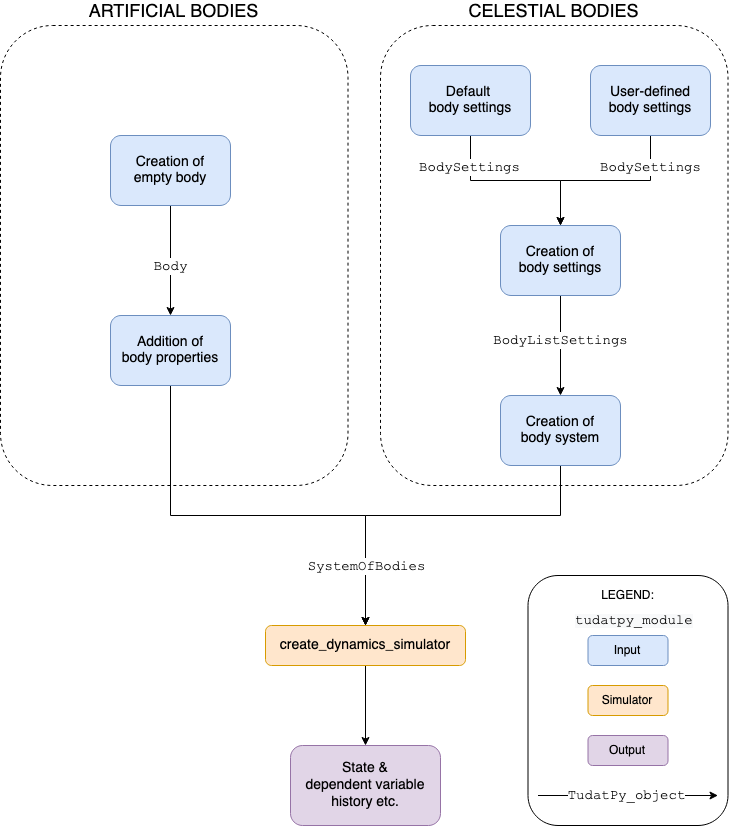
The draw.io diagram docs/source/_src_user_guide/state_propagation/_static/tudatpy_environment.png in tudat-team/tudat-space, before a commit. Source tidied: cells renumbered, new cells last; positions are measured from the earlier drawing's top-left corner, leaving out a move shared by most shapes.
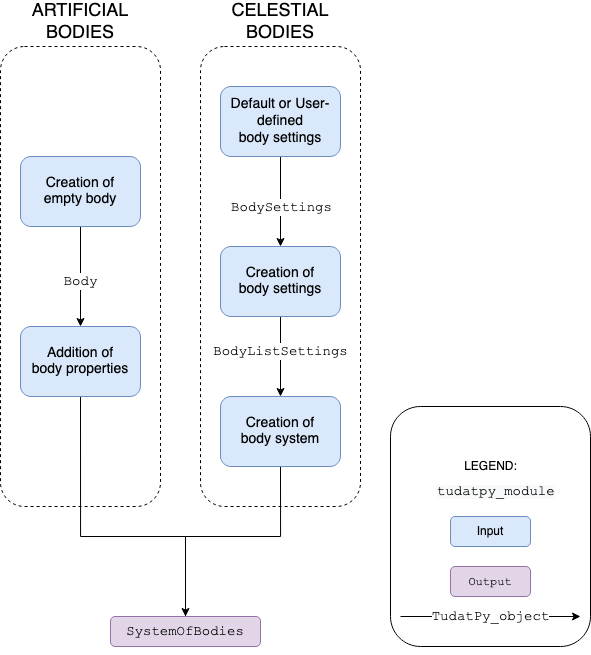
The same diagram one commit later.

Diff of the diagram source:
```diff
@@ -2,33 +2,29 @@
   <root>
     <mxCell id="0" />
     <mxCell id="1" parent="0" />
-    <mxCell id="2" style="edgeStyle=orthogonalEdgeStyle;rounded=0;jettySize=auto;html=1;fontSize=14;" parent="1" edge="1" target="7">
+    <mxCell id="2" style="edgeStyle=orthogonalEdgeStyle;rounded=0;orthogonalLoop=1;jettySize=auto;html=1;fontSize=14;" parent="1" edge="1">
       <mxGeometry relative="1" as="geometry">
         <mxPoint x="365" y="530" as="sourcePoint" />
+        <mxPoint x="365" y="600" as="targetPoint" />
       </mxGeometry>
     </mxCell>
     <mxCell id="3" value="&lt;font style=&quot;font-size: 18px;&quot;&gt;CELESTIAL BODIES&lt;/font&gt;" style="rounded=1;whiteSpace=wrap;html=1;dashed=1;labelPosition=center;verticalLabelPosition=top;align=center;verticalAlign=bottom;" parent="1" vertex="1">
-      <mxGeometry x="380" width="347.5" height="460" as="geometry" />
+      <mxGeometry x="380" width="160" height="460" as="geometry" />
     </mxCell>
-    <mxCell id="4" style="edgeStyle=orthogonalEdgeStyle;rounded=0;jettySize=auto;html=1;exitX=0.5;exitY=1;exitDx=0;exitDy=0;entryX=0.5;entryY=0;entryDx=0;entryDy=0;fontFamily=Courier New;fontSize=14;" parent="1" edge="1" source="5" target="7">
+    <mxCell id="4" style="edgeStyle=orthogonalEdgeStyle;rounded=0;jettySize=auto;html=1;exitX=0.5;exitY=1;exitDx=0;exitDy=0;entryX=0.5;entryY=0;entryDx=0;entryDy=0;fontFamily=Courier New;fontSize=14;" parent="1" edge="1" source="5">
       <mxGeometry relative="1" as="geometry">
+        <mxPoint x="365" y="600" as="targetPoint" />
         <Array as="points">
-          <mxPoint x="560" y="490" />
+          <mxPoint x="460" y="490" />
           <mxPoint x="365" y="490" />
         </Array>
       </mxGeometry>
     </mxCell>
     <mxCell id="5" value="Creation of &lt;br style=&quot;font-size: 14px;&quot;&gt;body system" style="rounded=1;whiteSpace=wrap;html=1;fillColor=#dae8fc;strokeColor=#6c8ebf;fontSize=14;" parent="1" vertex="1">
-      <mxGeometry x="500" y="370" width="120" height="70" as="geometry" />
+      <mxGeometry x="400" y="350" width="120" height="70" as="geometry" />
     </mxCell>
-    <mxCell id="6" style="edgeStyle=orthogonalEdgeStyle;rounded=0;jettySize=auto;html=1;entryX=0.5;entryY=0;entryDx=0;entryDy=0;fontSize=14;" parent="1" edge="1" source="7" target="8">
-      <mxGeometry relative="1" as="geometry" />
-    </mxCell>
-    <mxCell id="7" value="create_dynamics_simulator" style="rounded=1;whiteSpace=wrap;html=1;fillColor=#ffe6cc;strokeColor=#d79b00;fontSize=14;" parent="1" vertex="1">
-      <mxGeometry x="265" y="600" width="200" height="40" as="geometry" />
-    </mxCell>
-    <mxCell id="8" value="State &amp;amp;&lt;br style=&quot;font-size: 14px;&quot;&gt;dependent variable&lt;br style=&quot;font-size: 14px;&quot;&gt;history etc." style="rounded=1;whiteSpace=wrap;html=1;fillColor=#e1d5e7;strokeColor=#9673a6;fontSize=14;" parent="1" vertex="1">
-      <mxGeometry x="290" y="720" width="150" height="80" as="geometry" />
+    <mxCell id="8" value="&lt;font face=&quot;Courier New&quot;&gt;SystemOfBodies&lt;/font&gt;" style="rounded=1;whiteSpace=wrap;html=1;fillColor=#e1d5e7;strokeColor=#9673a6;fontSize=14;" parent="1" vertex="1">
+      <mxGeometry x="290" y="570" width="150" height="30" as="geometry" />
     </mxCell>
     <mxCell id="9" style="edgeStyle=orthogonalEdgeStyle;rounded=0;jettySize=auto;html=1;fontFamily=Courier New;fontSize=14;" parent="1" edge="1" source="11" target="5">
       <mxGeometry relative="1" as="geometry" />
@@ -37,33 +33,23 @@
       <mxGeometry x="-0.12" y="-1" relative="1" as="geometry" />
     </mxCell>
     <mxCell id="11" value="Creation of &lt;br style=&quot;font-size: 14px&quot;&gt;body settings" style="rounded=1;whiteSpace=wrap;html=1;fillColor=#dae8fc;strokeColor=#6c8ebf;fontSize=14;" parent="1" vertex="1">
-      <mxGeometry x="500" y="200" width="120" height="70" as="geometry" />
+      <mxGeometry x="400" y="200" width="120" height="70" as="geometry" />
     </mxCell>
-    <mxCell id="12" style="edgeStyle=orthogonalEdgeStyle;rounded=0;jettySize=auto;html=1;exitX=0.5;exitY=1;exitDx=0;exitDy=0;entryX=0.5;entryY=0;entryDx=0;entryDy=0;fontFamily=Courier New;fontSize=14;" parent="1" edge="1" source="15" target="11">
-      <mxGeometry relative="1" as="geometry" />
-    </mxCell>
-    <mxCell id="13" value="&lt;span style=&quot;color: rgba(0 , 0 , 0 , 0) ; font-family: monospace ; font-size: 0px ; background-color: rgb(248 , 249 , 250)&quot;&gt;%3CmxGraphModel%3E%3Croot%3E%3CmxCell%20id%3D%220%22%2F%3E%3CmxCell%20id%3D%221%22%20parent%3D%220%22%2F%3E%3CmxCell%20id%3D%222%22%20value%3D%22%26lt%3Bspan%20style%3D%26quot%3Bfont-family%3A%20%26amp%3B%2334%3Bcourier%20new%26amp%3B%2334%3B%26quot%3B%26gt%3BBodySettings%26lt%3B%2Fspan%26gt%3B%22%20style%3D%22edgeLabel%3Bhtml%3D1%3Balign%3Dcenter%3BverticalAlign%3Dmiddle%3Bresizable%3D0%3Bpoints%3D%5B%5D%3BfontSize%3D14%3BfontFamily%3DHelvetica%3B%22%20vertex%3D%221%22%20connectable%3D%220%22%20parent%3D%221%22%3E%3CmxGeometry%20x%3D%22667%22%20y%3D%2266%22%20as%3D%22geometry%22%2F%3E%3C%2FmxCell%3E%3C%2Froot%3E%3C%2FmxGraphModel%3E&lt;/span&gt;&lt;span style=&quot;color: rgba(0 , 0 , 0 , 0) ; font-family: monospace ; font-size: 0px ; background-color: rgb(248 , 249 , 250)&quot;&gt;%3CmxGraphModel%3E%3Croot%3E%3CmxCell%20id%3D%220%22%2F%3E%3CmxCell%20id%3D%221%22%20parent%3D%220%22%2F%3E%3CmxCell%20id%3D%222%22%20value%3D%22%26lt%3Bspan%20style%3D%26quot%3Bfont-family%3A%20%26amp%3B%2334%3Bcourier%20new%26amp%3B%2334%3B%26quot%3B%26gt%3BBodySettings%26lt%3B%2Fspan%26gt%3B%22%20style%3D%22edgeLabel%3Bhtml%3D1%3Balign%3Dcenter%3BverticalAlign%3Dmiddle%3Bresizable%3D0%3Bpoints%3D%5B%5D%3BfontSize%3D14%3BfontFamily%3DHelvetica%3B%22%20vertex%3D%221%22%20connectable%3D%220%22%20parent%3D%221%22%3E%3CmxGeometry%20x%3D%22667%22%20y%3D%2266%22%20as%3D%22geometry%22%2F%3E%3C%2FmxCell%3E%3C%2Froot%3E%3C%2FmxGraphModel%3E&lt;/span&gt;" style="edgeLabel;html=1;align=center;verticalAlign=middle;fontSize=14;fontFamily=Helvetica;" parent="12" vertex="1">
-      <mxGeometry x="-0.67" y="-4" relative="1" as="geometry" />
-    </mxCell>
-    <mxCell id="14" value="&lt;span style=&quot;font-family: &amp;#34;courier new&amp;#34;&quot;&gt;BodySettings&lt;/span&gt;" style="edgeLabel;html=1;align=center;verticalAlign=middle;fontSize=14;fontFamily=Helvetica;" parent="12" vertex="1">
-      <mxGeometry x="-0.66" y="-2" relative="1" as="geometry" />
-    </mxCell>
-    <mxCell id="15" value="Default&amp;nbsp;&lt;br&gt;body settings" style="rounded=1;whiteSpace=wrap;html=1;fillColor=#dae8fc;strokeColor=#6c8ebf;fontSize=14;" parent="1" vertex="1">
-      <mxGeometry x="410" y="40" width="120" height="70" as="geometry" />
-    </mxCell>
     <mxCell id="16" style="edgeStyle=orthogonalEdgeStyle;rounded=0;jettySize=auto;html=1;exitX=0.5;exitY=1;exitDx=0;exitDy=0;fontFamily=Courier New;fontSize=14;" parent="1" edge="1" source="18">
       <mxGeometry relative="1" as="geometry">
-        <mxPoint x="560" y="200" as="targetPoint" />
+        <mxPoint x="460" y="200" as="targetPoint" />
       </mxGeometry>
     </mxCell>
     <mxCell id="17" value="&lt;span style=&quot;font-family: &amp;#34;courier new&amp;#34;&quot;&gt;BodySettings&lt;/span&gt;" style="edgeLabel;html=1;align=center;verticalAlign=middle;fontSize=14;fontFamily=Helvetica;" parent="16" vertex="1">
-      <mxGeometry x="-0.65" y="-1" relative="1" as="geometry" />
+      <mxGeometry x="-0.65" y="-1" relative="1" as="geometry">
+        <mxPoint x="1" y="34" as="offset" />
+      </mxGeometry>
     </mxCell>
-    <mxCell id="18" value="User-defined &lt;br&gt;body settings" style="rounded=1;whiteSpace=wrap;html=1;fillColor=#dae8fc;strokeColor=#6c8ebf;fontSize=14;" parent="1" vertex="1">
-      <mxGeometry x="590" y="40" width="120" height="70" as="geometry" />
+    <mxCell id="18" value="Default or User-defined &lt;br&gt;body settings" style="rounded=1;whiteSpace=wrap;html=1;fillColor=#dae8fc;strokeColor=#6c8ebf;fontSize=14;" parent="1" vertex="1">
+      <mxGeometry x="400" y="40" width="120" height="70" as="geometry" />
     </mxCell>
     <mxCell id="19" value="&lt;font style=&quot;font-size: 18px;&quot;&gt;ARTIFICIAL BODIES&lt;/font&gt;" style="rounded=1;whiteSpace=wrap;html=1;dashed=1;labelPosition=center;verticalLabelPosition=top;align=center;verticalAlign=bottom;" parent="1" vertex="1">
-      <mxGeometry width="347.5" height="460" as="geometry" />
+      <mxGeometry x="180" width="160" height="460" as="geometry" />
     </mxCell>
     <mxCell id="20" style="edgeStyle=orthogonalEdgeStyle;rounded=0;jettySize=auto;html=1;exitX=0.5;exitY=1;exitDx=0;exitDy=0;entryX=0.5;entryY=0;entryDx=0;entryDy=0;fontFamily=Helvetica;fontSize=14;" parent="1" edge="1" source="22" target="25">
       <mxGeometry relative="1" as="geometry" />
@@ -72,48 +58,40 @@
       <mxGeometry x="0.1" y="-1" relative="1" as="geometry" />
     </mxCell>
     <mxCell id="22" value="Creation of&lt;br&gt;empty body" style="rounded=1;whiteSpace=wrap;html=1;fillColor=#dae8fc;strokeColor=#6c8ebf;fontSize=14;" parent="1" vertex="1">
-      <mxGeometry x="110" y="110" width="120" height="70" as="geometry" />
+      <mxGeometry x="200" y="110" width="120" height="70" as="geometry" />
     </mxCell>
-    <mxCell id="23" style="edgeStyle=orthogonalEdgeStyle;rounded=0;jettySize=auto;html=1;exitX=0.5;exitY=1;exitDx=0;exitDy=0;entryX=0.5;entryY=0;entryDx=0;entryDy=0;fontFamily=Helvetica;fontSize=14;" parent="1" edge="1" source="25" target="7">
+    <mxCell id="23" style="edgeStyle=orthogonalEdgeStyle;rounded=0;jettySize=auto;html=1;exitX=0.5;exitY=1;exitDx=0;exitDy=0;entryX=0.5;entryY=0;entryDx=0;entryDy=0;fontFamily=Helvetica;fontSize=14;" parent="1" edge="1" source="25" target="8">
       <mxGeometry relative="1" as="geometry">
         <Array as="points">
-          <mxPoint x="170" y="490" />
+          <mxPoint x="260" y="490" />
           <mxPoint x="365" y="490" />
         </Array>
       </mxGeometry>
     </mxCell>
-    <mxCell id="24" value="&lt;span style=&quot;font-family: &amp;#34;courier new&amp;#34;&quot;&gt;SystemOfBodies&lt;/span&gt;" style="edgeLabel;html=1;align=center;verticalAlign=middle;fontSize=14;fontFamily=Helvetica;" parent="23" vertex="1">
-      <mxGeometry x="0.26" y="-2" relative="1" as="geometry">
-        <mxPoint x="52" y="48" as="offset" />
-      </mxGeometry>
-    </mxCell>
     <mxCell id="25" value="Addition of&lt;br&gt;body properties" style="rounded=1;whiteSpace=wrap;html=1;fillColor=#dae8fc;strokeColor=#6c8ebf;fontSize=14;" parent="1" vertex="1">
-      <mxGeometry x="110" y="290" width="120" height="70" as="geometry" />
+      <mxGeometry x="200" y="280" width="120" height="70" as="geometry" />
     </mxCell>
     <mxCell id="26" style="rounded=1;whiteSpace=wrap;html=1;labelPosition=left;verticalLabelPosition=top;align=right;verticalAlign=bottom;" parent="1" vertex="1">
-      <mxGeometry x="527.5" y="550" width="200" height="250" as="geometry" />
+      <mxGeometry x="570" y="360" width="200" height="240" as="geometry" />
     </mxCell>
     <mxCell id="27" value="Input" style="rounded=1;whiteSpace=wrap;html=1;fillColor=#dae8fc;strokeColor=#6c8ebf;" parent="1" vertex="1">
-      <mxGeometry x="587.5" y="610" width="80" height="30" as="geometry" />
+      <mxGeometry x="630" y="470" width="80" height="30" as="geometry" />
     </mxCell>
     <mxCell id="28" value="LEGEND:" style="text;html=1;align=center;verticalAlign=middle;strokeColor=none;fillColor=none;" parent="1" vertex="1">
-      <mxGeometry x="592.5" y="560" width="70" height="20" as="geometry" />
+      <mxGeometry x="635" y="410" width="70" height="20" as="geometry" />
     </mxCell>
-    <mxCell id="29" value="Output" style="rounded=1;whiteSpace=wrap;html=1;fillColor=#e1d5e7;strokeColor=#9673a6;" parent="1" vertex="1">
-      <mxGeometry x="587.5" y="710" width="80" height="30" as="geometry" />
+    <mxCell id="29" value="Output" style="rounded=1;whiteSpace=wrap;html=1;fillColor=#e1d5e7;strokeColor=#9673a6;fontFamily=Courier New;" parent="1" vertex="1">
+      <mxGeometry x="630" y="520" width="80" height="30" as="geometry" />
     </mxCell>
-    <mxCell id="30" value="Simulator" style="rounded=1;whiteSpace=wrap;html=1;fillColor=#ffe6cc;strokeColor=#d79b00;" parent="1" vertex="1">
-      <mxGeometry x="587.5" y="660" width="80" height="30" as="geometry" />
-    </mxCell>
     <mxCell id="31" value="&lt;font face=&quot;Courier New&quot; style=&quot;font-size: 14px&quot;&gt;TudatPy_object&lt;/font&gt;" style="edgeStyle=orthogonalEdgeStyle;rounded=0;orthogonalLoop=1;jettySize=auto;html=1;" parent="1" edge="1">
       <mxGeometry relative="1" as="geometry">
-        <mxPoint x="537.5" y="770" as="sourcePoint" />
-        <mxPoint x="717.5" y="770" as="targetPoint" />
+        <mxPoint x="580" y="570" as="sourcePoint" />
+        <mxPoint x="760" y="570" as="targetPoint" />
         <mxPoint x="-1" as="offset" />
       </mxGeometry>
     </mxCell>
     <mxCell id="32" value="&lt;span style=&quot;color: rgb(0 , 0 , 0) ; font-family: &amp;#34;courier new&amp;#34; ; font-style: normal ; font-weight: normal ; letter-spacing: normal ; text-align: center ; text-indent: 0px ; text-transform: none ; word-spacing: 0px ; background-color: rgb(248 , 249 , 250) ; text-decoration: none ; display: inline ; float: none&quot;&gt;&lt;font style=&quot;font-size: 14px&quot;&gt;tudatpy_module&lt;/font&gt;&lt;/span&gt;" style="text;whiteSpace=wrap;html=1;fontFamily=Courier New;" parent="1" vertex="1">
-      <mxGeometry x="572.5" y="580" width="110" height="30" as="geometry" />
+      <mxGeometry x="615" y="430" width="110" height="30" as="geometry" />
     </mxCell>
   </root>
 </mxGraphModel>
```
